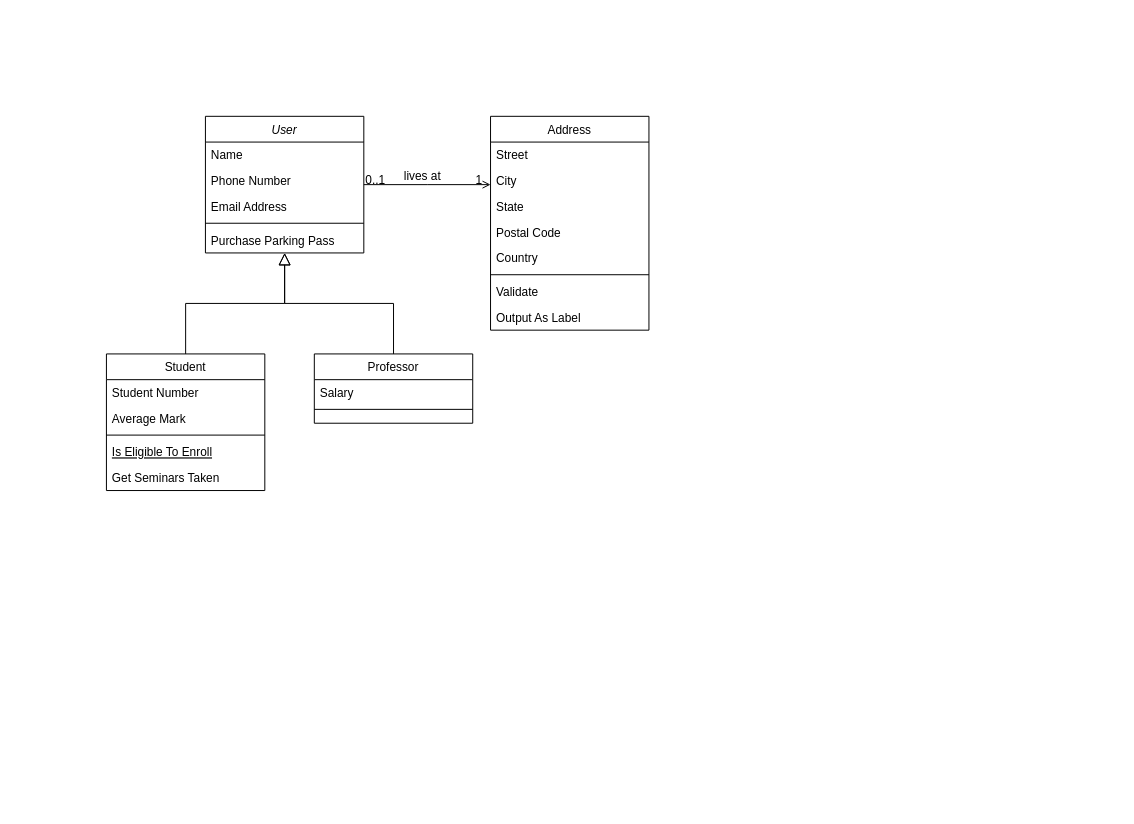
This is assets/database_reference.drawio from ohugonnot/symfony-velzon-api, a draw.io file, before an edit. Source tidied: cells renumbered, new cells numbered last; positions are measured from the earlier drawing's top-left corner, leaving out a move shared by most shapes. Both pictures are drawn from the tidied source at 99%, with x=0, y=0 at pixel (106, 116).
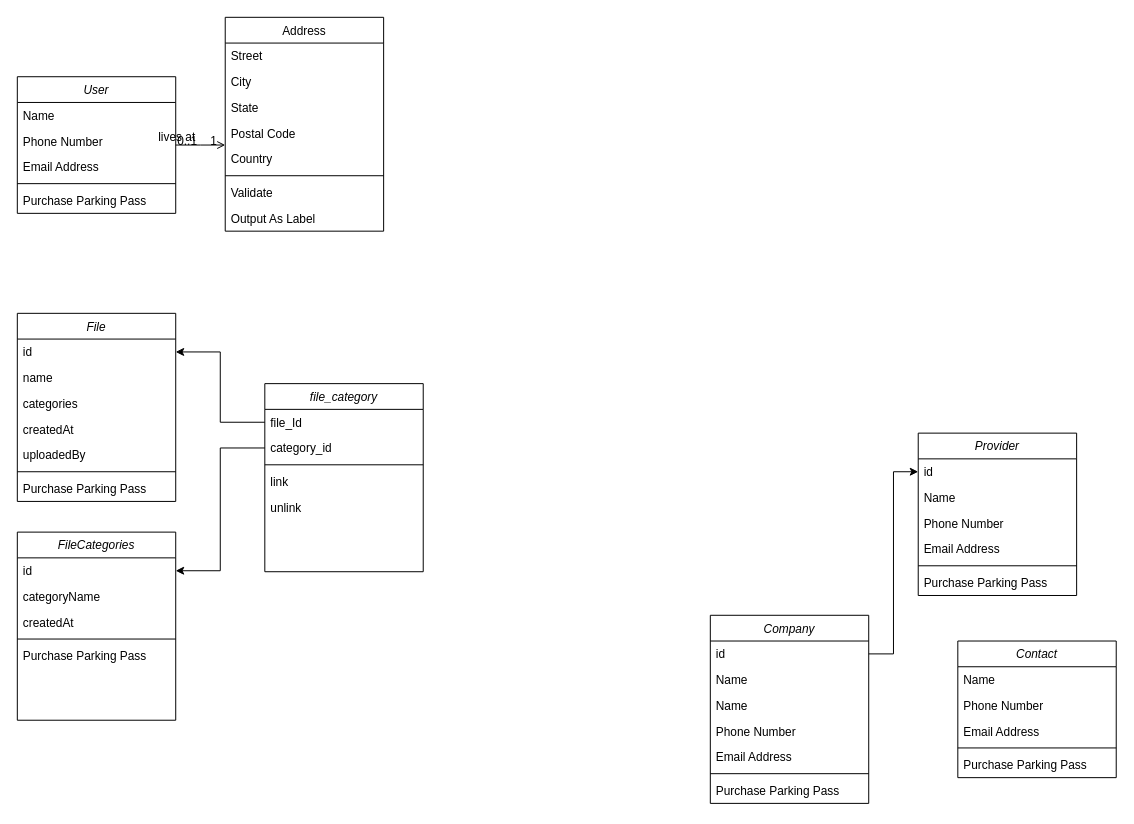
The same page after the edit.

Commit message:
Mettre à jour database_reference.drawio

Diff of the diagram source:
```diff
@@
     <mxCell id="2" value="User" style="swimlane;fontStyle=2;align=center;verticalAlign=top;horizontal=1;startSize=26;rounded=0;shadow=0;strokeWidth=1;" parent="1" vertex="1">
-      <mxGeometry x="100" width="160" height="138" as="geometry" />
+      <mxGeometry x="-90" y="-40" width="160" height="138" as="geometry" />
     </mxCell>
@@
-    <mxCell id="8" value="Student" style="swimlane;fontStyle=0;align=center;verticalAlign=top;horizontal=1;startSize=26;rounded=0;shadow=0;strokeWidth=1;" parent="1" vertex="1">
-      <mxGeometry y="240" width="160" height="138" as="geometry" />
-    </mxCell>
-    <mxCell id="9" value="Student Number" style="text;align=left;verticalAlign=top;spacingLeft=4;spacingRight=4;overflow=hidden;" parent="8" vertex="1">
-      <mxGeometry y="26" width="160" height="26" as="geometry" />
-    </mxCell>
-    <mxCell id="10" value="Average Mark" style="text;align=left;verticalAlign=top;spacingLeft=4;spacingRight=4;overflow=hidden;rounded=0;shadow=0;html=0;" parent="8" vertex="1">
-      <mxGeometry y="52" width="160" height="26" as="geometry" />
-    </mxCell>
-    <mxCell id="11" style="line;html=1;strokeWidth=1;align=left;verticalAlign=middle;spacingTop=-1;spacingLeft=3;spacingRight=3;labelPosition=right;" parent="8" vertex="1">
-      <mxGeometry y="78" width="160" height="8" as="geometry" />
-    </mxCell>
-    <mxCell id="12" value="Is Eligible To Enroll" style="text;align=left;verticalAlign=top;spacingLeft=4;spacingRight=4;overflow=hidden;fontStyle=4;" parent="8" vertex="1">
-      <mxGeometry y="86" width="160" height="26" as="geometry" />
-    </mxCell>
-    <mxCell id="13" value="Get Seminars Taken" style="text;align=left;verticalAlign=top;spacingLeft=4;spacingRight=4;overflow=hidden;" parent="8" vertex="1">
-      <mxGeometry y="112" width="160" height="26" as="geometry" />
-    </mxCell>
-    <mxCell id="14" style="endArrow=block;endSize=10;endFill=0;shadow=0;strokeWidth=1;rounded=0;edgeStyle=elbowEdgeStyle;elbow=vertical;" parent="1" edge="1" source="8" target="2">
-      <mxGeometry relative="1" as="geometry" />
-    </mxCell>
-    <mxCell id="15" value="Professor" style="swimlane;fontStyle=0;align=center;verticalAlign=top;horizontal=1;startSize=26;rounded=0;shadow=0;strokeWidth=1;" parent="1" vertex="1">
-      <mxGeometry x="210" y="240" width="160" height="70" as="geometry" />
-    </mxCell>
-    <mxCell id="16" value="Salary" style="text;align=left;verticalAlign=top;spacingLeft=4;spacingRight=4;overflow=hidden;" parent="15" vertex="1">
-      <mxGeometry y="26" width="160" height="26" as="geometry" />
-    </mxCell>
-    <mxCell id="17" style="line;html=1;strokeWidth=1;align=left;verticalAlign=middle;spacingTop=-1;spacingLeft=3;spacingRight=3;labelPosition=right;" parent="15" vertex="1">
-      <mxGeometry y="52" width="160" height="8" as="geometry" />
-    </mxCell>
-    <mxCell id="18" style="endArrow=block;endSize=10;endFill=0;shadow=0;strokeWidth=1;rounded=0;edgeStyle=elbowEdgeStyle;elbow=vertical;" parent="1" edge="1" source="15" target="2">
-      <mxGeometry relative="1" as="geometry" />
-    </mxCell>
     <mxCell id="19" value="Address" style="swimlane;fontStyle=0;align=center;verticalAlign=top;horizontal=1;startSize=26;rounded=0;shadow=0;strokeWidth=1;" parent="1" vertex="1">
-      <mxGeometry x="388" width="160" height="216" as="geometry" />
+      <mxGeometry x="120" y="-100" width="160" height="216" as="geometry" />
     </mxCell>
@@
+    <mxCell id="32" value="Contact" style="swimlane;fontStyle=2;align=center;verticalAlign=top;horizontal=1;startSize=26;rounded=0;shadow=0;strokeWidth=1;" parent="1" vertex="1">
+      <mxGeometry x="860" y="530" width="160" height="138" as="geometry" />
+    </mxCell>
+    <mxCell id="33" value="Name" style="text;align=left;verticalAlign=top;spacingLeft=4;spacingRight=4;overflow=hidden;" parent="32" vertex="1">
+      <mxGeometry y="26" width="160" height="26" as="geometry" />
+    </mxCell>
+    <mxCell id="34" value="Phone Number" style="text;align=left;verticalAlign=top;spacingLeft=4;spacingRight=4;overflow=hidden;rounded=0;shadow=0;html=0;" parent="32" vertex="1">
+      <mxGeometry y="52" width="160" height="26" as="geometry" />
+    </mxCell>
+    <mxCell id="35" value="Email Address" style="text;align=left;verticalAlign=top;spacingLeft=4;spacingRight=4;overflow=hidden;rounded=0;shadow=0;html=0;" parent="32" vertex="1">
+      <mxGeometry y="78" width="160" height="26" as="geometry" />
+    </mxCell>
+    <mxCell id="36" style="line;html=1;strokeWidth=1;align=left;verticalAlign=middle;spacingTop=-1;spacingLeft=3;spacingRight=3;labelPosition=right;" parent="32" vertex="1">
+      <mxGeometry y="104" width="160" height="8" as="geometry" />
+    </mxCell>
+    <mxCell id="37" value="Purchase Parking Pass" style="text;align=left;verticalAlign=top;spacingLeft=4;spacingRight=4;overflow=hidden;" parent="32" vertex="1">
+      <mxGeometry y="112" width="160" height="26" as="geometry" />
+    </mxCell>
+    <mxCell id="38" value="Company" style="swimlane;fontStyle=2;align=center;verticalAlign=top;horizontal=1;startSize=26;rounded=0;shadow=0;strokeWidth=1;" parent="1" vertex="1">
+      <mxGeometry x="610" y="504" width="160" height="190" as="geometry" />
+    </mxCell>
+    <mxCell id="39" value="id" style="text;align=left;verticalAlign=top;spacingLeft=4;spacingRight=4;overflow=hidden;points=[[0,0.5],[1,0.5]];portConstraint=eastwest;" parent="38" vertex="1">
+      <mxGeometry y="26" width="160" height="26" as="geometry" />
+    </mxCell>
+    <mxCell id="40" value="Name" style="text;align=left;verticalAlign=top;spacingLeft=4;spacingRight=4;overflow=hidden;" parent="38" vertex="1">
+      <mxGeometry y="52" width="160" height="26" as="geometry" />
+    </mxCell>
+    <mxCell id="41" value="Name" style="text;align=left;verticalAlign=top;spacingLeft=4;spacingRight=4;overflow=hidden;" parent="38" vertex="1">
+      <mxGeometry y="78" width="160" height="26" as="geometry" />
+    </mxCell>
+    <mxCell id="42" value="Phone Number" style="text;align=left;verticalAlign=top;spacingLeft=4;spacingRight=4;overflow=hidden;rounded=0;shadow=0;html=0;" parent="38" vertex="1">
+      <mxGeometry y="104" width="160" height="26" as="geometry" />
+    </mxCell>
+    <mxCell id="43" value="Email Address" style="text;align=left;verticalAlign=top;spacingLeft=4;spacingRight=4;overflow=hidden;rounded=0;shadow=0;html=0;" parent="38" vertex="1">
+      <mxGeometry y="130" width="160" height="26" as="geometry" />
+    </mxCell>
+    <mxCell id="44" style="line;html=1;strokeWidth=1;align=left;verticalAlign=middle;spacingTop=-1;spacingLeft=3;spacingRight=3;labelPosition=right;" parent="38" vertex="1">
+      <mxGeometry y="156" width="160" height="8" as="geometry" />
+    </mxCell>
+    <mxCell id="45" value="Purchase Parking Pass" style="text;align=left;verticalAlign=top;spacingLeft=4;spacingRight=4;overflow=hidden;" parent="38" vertex="1">
+      <mxGeometry y="164" width="160" height="26" as="geometry" />
+    </mxCell>
+    <mxCell id="46" value="Provider" style="swimlane;fontStyle=2;align=center;verticalAlign=top;horizontal=1;startSize=26;rounded=0;shadow=0;strokeWidth=1;" parent="1" vertex="1">
+      <mxGeometry x="820" y="320" width="160" height="164" as="geometry" />
+    </mxCell>
+    <mxCell id="47" value="id" style="text;align=left;verticalAlign=top;spacingLeft=4;spacingRight=4;overflow=hidden;points=[[0,0.5],[1,0.5]];portConstraint=eastwest;" parent="46" vertex="1">
+      <mxGeometry y="26" width="160" height="26" as="geometry" />
+    </mxCell>
+    <mxCell id="48" value="Name" style="text;align=left;verticalAlign=top;spacingLeft=4;spacingRight=4;overflow=hidden;" parent="46" vertex="1">
+      <mxGeometry y="52" width="160" height="26" as="geometry" />
+    </mxCell>
+    <mxCell id="49" value="Phone Number" style="text;align=left;verticalAlign=top;spacingLeft=4;spacingRight=4;overflow=hidden;rounded=0;shadow=0;html=0;" parent="46" vertex="1">
+      <mxGeometry y="78" width="160" height="26" as="geometry" />
+    </mxCell>
+    <mxCell id="50" value="Email Address" style="text;align=left;verticalAlign=top;spacingLeft=4;spacingRight=4;overflow=hidden;rounded=0;shadow=0;html=0;" parent="46" vertex="1">
+      <mxGeometry y="104" width="160" height="26" as="geometry" />
+    </mxCell>
+    <mxCell id="51" style="line;html=1;strokeWidth=1;align=left;verticalAlign=middle;spacingTop=-1;spacingLeft=3;spacingRight=3;labelPosition=right;" parent="46" vertex="1">
+      <mxGeometry y="130" width="160" height="8" as="geometry" />
+    </mxCell>
+    <mxCell id="52" value="Purchase Parking Pass" style="text;align=left;verticalAlign=top;spacingLeft=4;spacingRight=4;overflow=hidden;" parent="46" vertex="1">
+      <mxGeometry y="138" width="160" height="26" as="geometry" />
+    </mxCell>
+    <mxCell id="53" style="edgeStyle=orthogonalEdgeStyle;rounded=0;jettySize=auto;html=1;entryX=0;entryY=0.5;entryDx=0;entryDy=0;" parent="1" edge="1" source="39" target="47">
+      <mxGeometry relative="1" as="geometry" />
+    </mxCell>
+    <mxCell id="54" value="File" style="swimlane;fontStyle=2;align=center;verticalAlign=top;horizontal=1;startSize=26;rounded=0;shadow=0;strokeWidth=1;" parent="1" vertex="1">
+      <mxGeometry x="-90" y="199" width="160" height="190" as="geometry" />
+    </mxCell>
+    <mxCell id="55" value="id" style="text;align=left;verticalAlign=top;spacingLeft=4;spacingRight=4;overflow=hidden;points=[[0,0.5],[1,0.5]];portConstraint=eastwest;" parent="54" vertex="1">
+      <mxGeometry y="26" width="160" height="26" as="geometry" />
+    </mxCell>
+    <mxCell id="56" value="name" style="text;align=left;verticalAlign=top;spacingLeft=4;spacingRight=4;overflow=hidden;" parent="54" vertex="1">
+      <mxGeometry y="52" width="160" height="26" as="geometry" />
+    </mxCell>
+    <mxCell id="57" value="categories" style="text;align=left;verticalAlign=top;spacingLeft=4;spacingRight=4;overflow=hidden;rounded=0;shadow=0;html=0;" parent="54" vertex="1">
+      <mxGeometry y="78" width="160" height="26" as="geometry" />
+    </mxCell>
+    <mxCell id="58" value="createdAt" style="text;align=left;verticalAlign=top;spacingLeft=4;spacingRight=4;overflow=hidden;rounded=0;shadow=0;html=0;" parent="54" vertex="1">
+      <mxGeometry y="104" width="160" height="26" as="geometry" />
+    </mxCell>
+    <mxCell id="59" value="uploadedBy" style="text;align=left;verticalAlign=top;spacingLeft=4;spacingRight=4;overflow=hidden;rounded=0;shadow=0;html=0;" parent="54" vertex="1">
+      <mxGeometry y="130" width="160" height="26" as="geometry" />
+    </mxCell>
+    <mxCell id="60" style="line;html=1;strokeWidth=1;align=left;verticalAlign=middle;spacingTop=-1;spacingLeft=3;spacingRight=3;labelPosition=right;" parent="54" vertex="1">
+      <mxGeometry y="156" width="160" height="8" as="geometry" />
+    </mxCell>
+    <mxCell id="61" value="Purchase Parking Pass" style="text;align=left;verticalAlign=top;spacingLeft=4;spacingRight=4;overflow=hidden;" parent="54" vertex="1">
+      <mxGeometry y="164" width="160" height="26" as="geometry" />
+    </mxCell>
+    <mxCell id="62" value="FileCategories" style="swimlane;fontStyle=2;align=center;verticalAlign=top;horizontal=1;startSize=26;rounded=0;shadow=0;strokeWidth=1;" parent="1" vertex="1">
+      <mxGeometry x="-90" y="420" width="160" height="190" as="geometry" />
+    </mxCell>
+    <mxCell id="63" value="id" style="text;align=left;verticalAlign=top;spacingLeft=4;spacingRight=4;overflow=hidden;points=[[0,0.5],[1,0.5]];portConstraint=eastwest;" parent="62" vertex="1">
+      <mxGeometry y="26" width="160" height="26" as="geometry" />
+    </mxCell>
+    <mxCell id="64" value="categoryName" style="text;align=left;verticalAlign=top;spacingLeft=4;spacingRight=4;overflow=hidden;" parent="62" vertex="1">
+      <mxGeometry y="52" width="160" height="26" as="geometry" />
+    </mxCell>
+    <mxCell id="65" value="createdAt" style="text;align=left;verticalAlign=top;spacingLeft=4;spacingRight=4;overflow=hidden;rounded=0;shadow=0;html=0;" parent="62" vertex="1">
+      <mxGeometry y="78" width="160" height="26" as="geometry" />
+    </mxCell>
+    <mxCell id="66" style="line;html=1;strokeWidth=1;align=left;verticalAlign=middle;spacingTop=-1;spacingLeft=3;spacingRight=3;labelPosition=right;" parent="62" vertex="1">
+      <mxGeometry y="104" width="160" height="8" as="geometry" />
+    </mxCell>
+    <mxCell id="67" value="Purchase Parking Pass" style="text;align=left;verticalAlign=top;spacingLeft=4;spacingRight=4;overflow=hidden;" parent="62" vertex="1">
+      <mxGeometry y="112" width="160" height="26" as="geometry" />
+    </mxCell>
+    <mxCell id="68" value="file_category" style="swimlane;fontStyle=2;align=center;verticalAlign=top;horizontal=1;startSize=26;rounded=0;shadow=0;strokeWidth=1;" parent="1" vertex="1">
+      <mxGeometry x="160" y="270" width="160" height="190" as="geometry" />
+    </mxCell>
+    <mxCell id="69" value="file_Id" style="text;align=left;verticalAlign=top;spacingLeft=4;spacingRight=4;overflow=hidden;points=[[0,0.5],[1,0.5]];portConstraint=eastwest;" parent="68" vertex="1">
+      <mxGeometry y="26" width="160" height="26" as="geometry" />
+    </mxCell>
+    <mxCell id="70" value="category_id" style="text;align=left;verticalAlign=top;spacingLeft=4;spacingRight=4;overflow=hidden;points=[[0,0.5],[1,0.5]];portConstraint=eastwest;" parent="68" vertex="1">
+      <mxGeometry y="52" width="160" height="26" as="geometry" />
+    </mxCell>
+    <mxCell id="11" style="line;html=1;strokeWidth=1;align=left;verticalAlign=middle;spacingTop=-1;spacingLeft=3;spacingRight=3;labelPosition=right;" parent="68" vertex="1">
+      <mxGeometry y="78" width="160" height="8" as="geometry" />
+    </mxCell>
+    <mxCell id="71" value="link" style="text;align=left;verticalAlign=top;spacingLeft=4;spacingRight=4;overflow=hidden;" parent="68" vertex="1">
+      <mxGeometry y="86" width="160" height="26" as="geometry" />
+    </mxCell>
+    <mxCell id="72" value="unlink" style="text;align=left;verticalAlign=top;spacingLeft=4;spacingRight=4;overflow=hidden;" parent="68" vertex="1">
+      <mxGeometry y="112" width="160" height="26" as="geometry" />
+    </mxCell>
+    <mxCell id="73" style="edgeStyle=orthogonalEdgeStyle;rounded=0;jettySize=auto;html=1;entryX=1;entryY=0.5;entryDx=0;entryDy=0;" parent="1" edge="1" source="69" target="55">
+      <mxGeometry relative="1" as="geometry" />
+    </mxCell>
+    <mxCell id="74" style="edgeStyle=orthogonalEdgeStyle;rounded=0;jettySize=auto;html=1;entryX=1;entryY=0.5;entryDx=0;entryDy=0;" parent="1" edge="1" source="70" target="63">
+      <mxGeometry relative="1" as="geometry" />
+    </mxCell>
```
